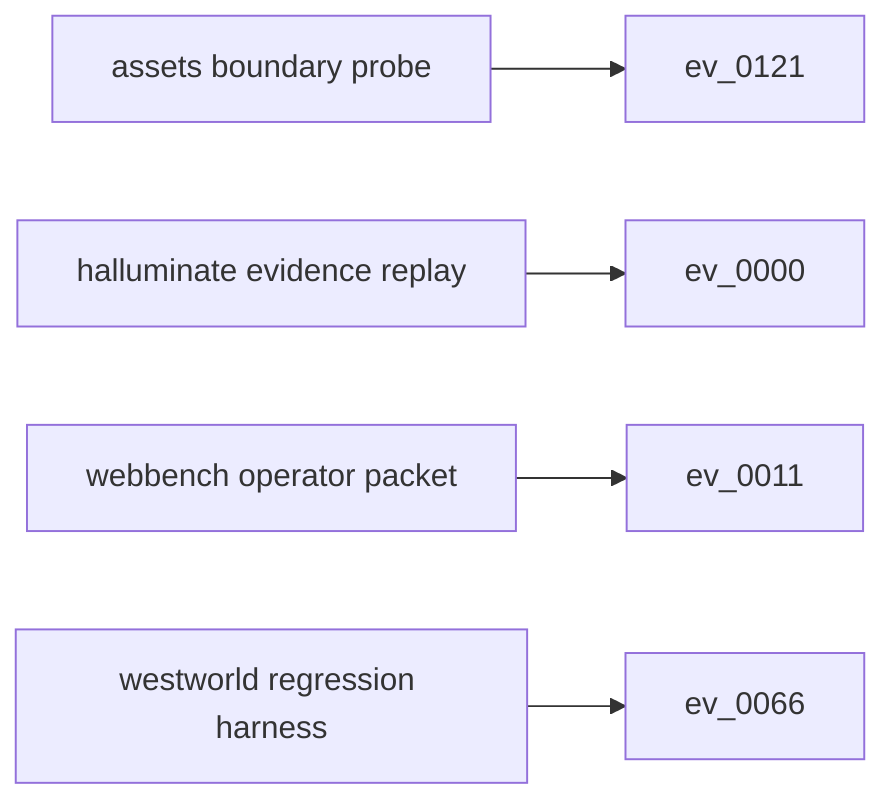
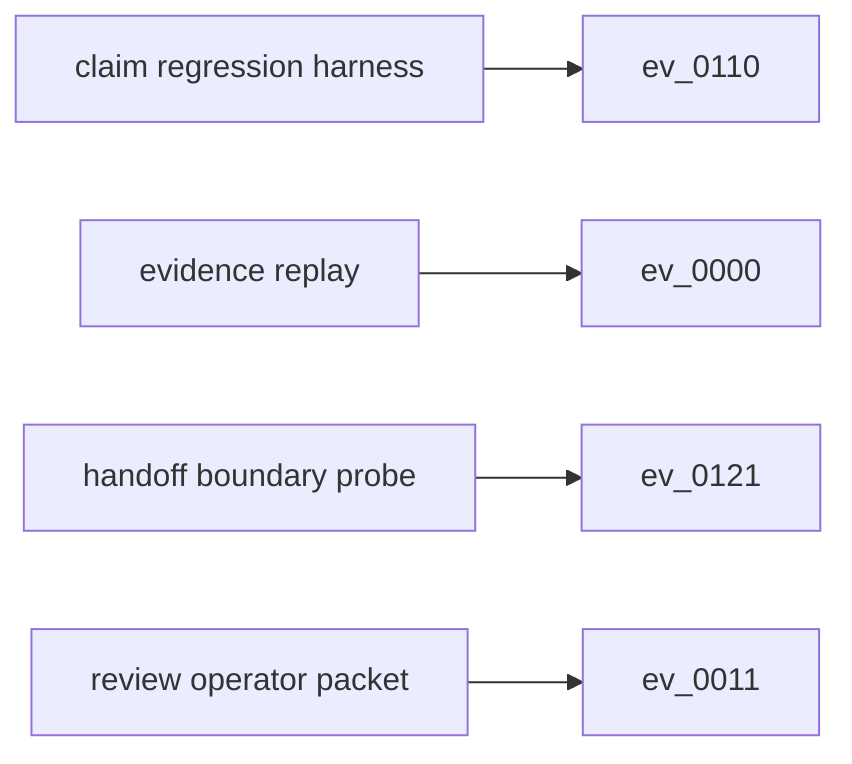
flowchart LR
-   s0["assets boundary probe"]
-   e0["ev_0121"]
+   s0["claim regression harness"]
+   e0["ev_0110"]
  s0 --> e0
-   s1["halluminate evidence replay"]
+   s1["evidence replay"]
  e1["ev_0000"]
  s1 --> e1
-   s2["webbench operator packet"]
-   e2["ev_0011"]
+   s2["handoff boundary probe"]
+   e2["ev_0121"]
  s2 --> e2
-   s3["westworld regression harness"]
-   e3["ev_0066"]
+   s3["review operator packet"]
+   e3["ev_0011"]
  s3 --> e3
